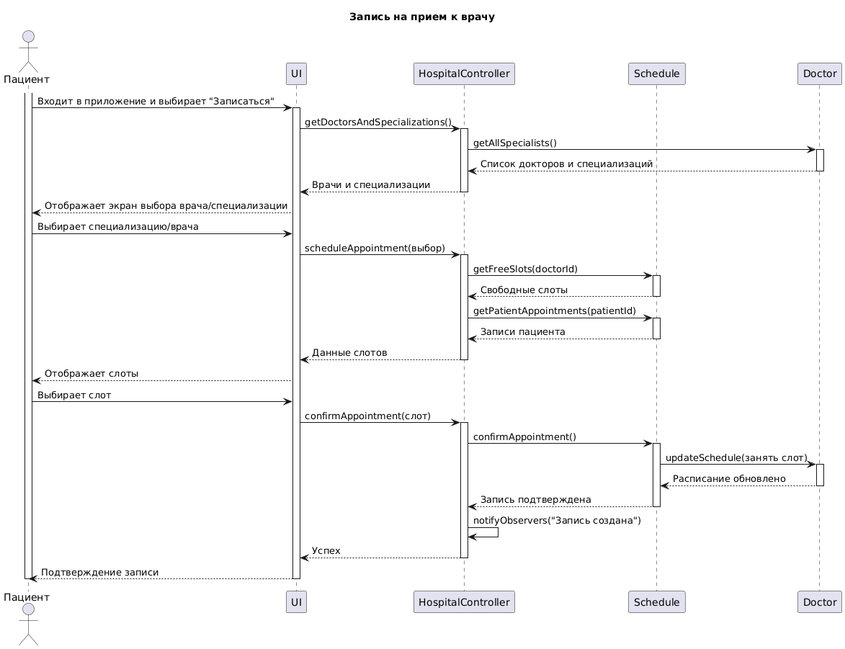
Above: UseCase_Scheduling_an_appointment/SequenceDiagram.png in penamarth/bsbo-02-23_team5_var3_clinic (PlantUML), before the change.
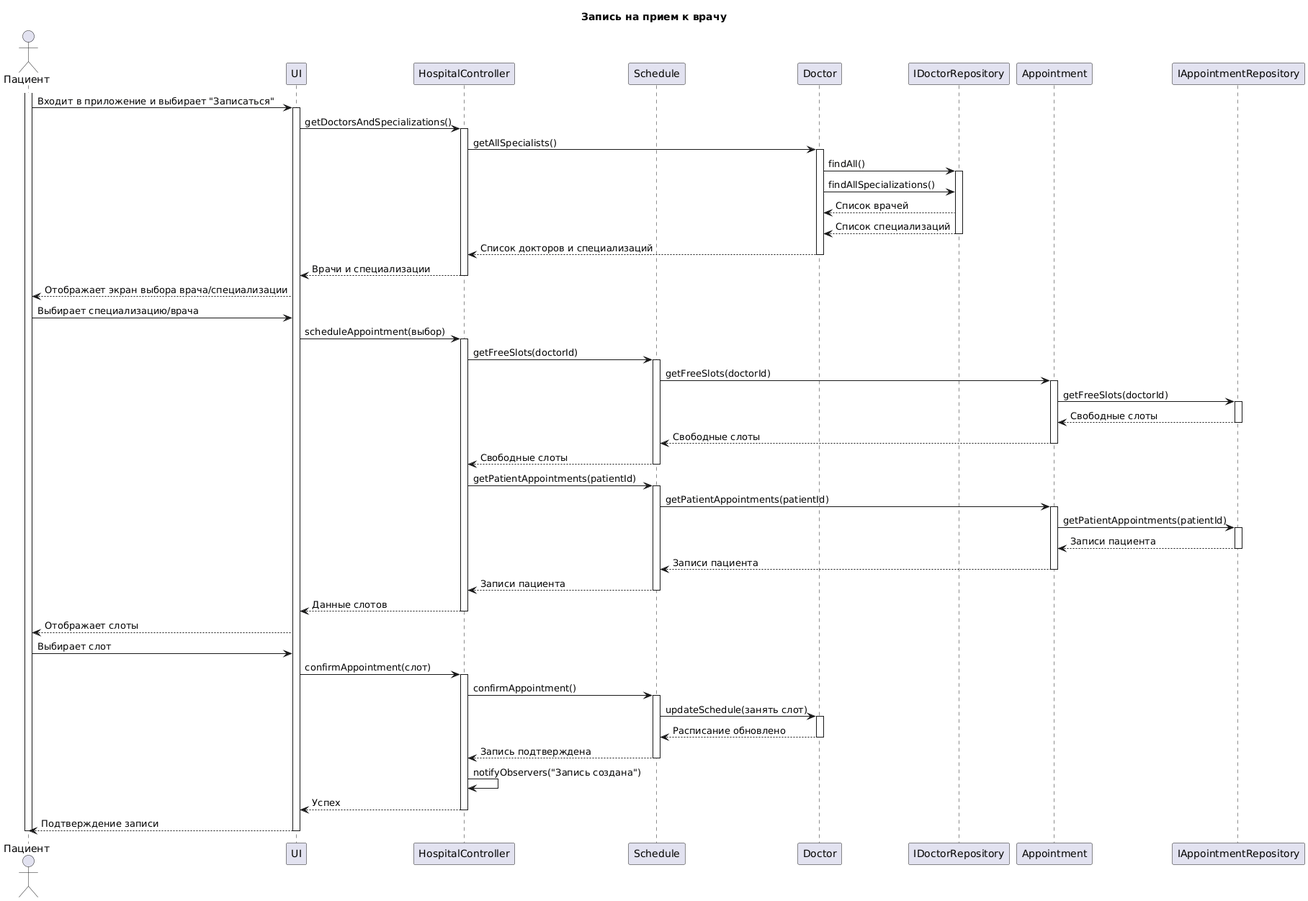
After the change.

Change to the diagram source:
```diff
@@ -5,6 +5,9 @@
 participant "HospitalController" as HC
 participant "Schedule" as S
 participant "Doctor" as D
+participant "IDoctorRepository" as IDR
+participant "Appointment" as A
+participant "IAppointmentRepository" as IAR
 activate Patient
 Patient -> UI: Входит в приложение и выбирает "Записаться"
 activate UI
@@ -12,6 +15,12 @@
 activate HC
 HC -> D: getAllSpecialists()
 activate D
+D -> IDR: findAll()
+activate IDR
+D -> IDR: findAllSpecializations()
+IDR --> D: Список врачей
+IDR --> D: Список специализаций
+deactivate IDR
 D --> HC: Список докторов и специализаций
 deactivate D
 HC --> UI: Врачи и специализации
@@ -22,10 +31,26 @@
 activate HC
 HC -> S: getFreeSlots(doctorId)
 activate S
+S -> A: getFreeSlots(doctorId)
+activate A
+A -> IAR: getFreeSlots(doctorId)
+activate IAR
+IAR --> A: Свободные слоты
+deactivate IAR
+A --> S: Свободные слоты
+deactivate A
 S --> HC: Свободные слоты
 deactivate S
 HC -> S: getPatientAppointments(patientId)
 activate S
+S -> A: getPatientAppointments(patientId)
+activate A
+A -> IAR: getPatientAppointments(patientId)
+activate IAR
+IAR --> A: Записи пациента
+deactivate IAR
+A --> S: Записи пациента
+deactivate A
 S --> HC: Записи пациента
 deactivate S
 HC --> UI: Данные слотов
```
